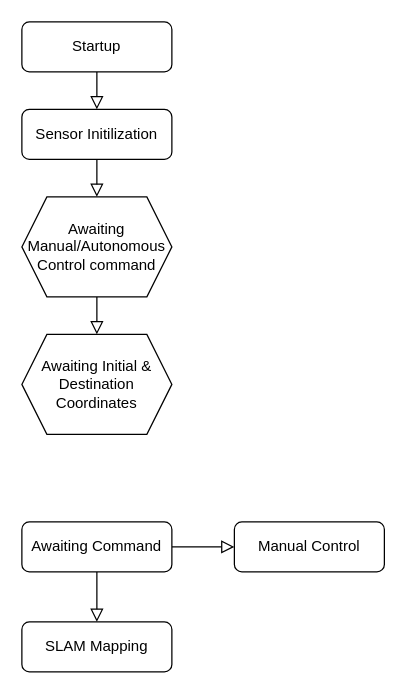
Before: Untitled Diagram.drawio in Gab1575/MREN203_Group9, a draw.io diagram. Source tidied: cells renumbered, new cells numbered last; positions are measured from the earlier drawing's top-left corner, leaving out a move shared by most shapes. Both pictures are drawn from the tidied source at 125%, with x=0, y=0 at pixel (21, 21).
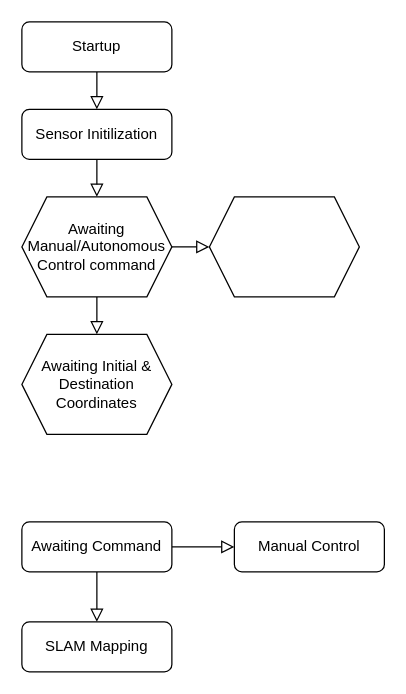
Above is the later version.

Change to the diagram source:
```diff
@@
 <mxGraphModel>
   <root>
     <mxCell id="0" />
     <mxCell id="1" parent="0" />
     <mxCell id="2" style="rounded=0;html=1;jettySize=auto;fontSize=11;endArrow=block;endFill=0;endSize=8;strokeWidth=1;shadow=0;labelBackgroundColor=none;edgeStyle=orthogonalEdgeStyle;entryX=0.5;entryY=0;entryDx=0;entryDy=0;" parent="1" edge="1" source="3" target="5">
       <mxGeometry relative="1" as="geometry" />
     </mxCell>
     <mxCell id="3" value="Startup" style="rounded=1;whiteSpace=wrap;html=1;fontSize=12;glass=0;strokeWidth=1;shadow=0;" parent="1" vertex="1">
       <mxGeometry width="120" height="40" as="geometry" />
     </mxCell>
     <mxCell id="4" style="edgeStyle=orthogonalEdgeStyle;rounded=0;jettySize=auto;html=1;endArrow=block;endFill=0;endSize=8;entryX=0.5;entryY=0;entryDx=0;entryDy=0;" parent="1" edge="1" source="5" target="13">
       <mxGeometry relative="1" as="geometry" />
     </mxCell>
     <mxCell id="5" value="Sensor Initilization" style="rounded=1;whiteSpace=wrap;html=1;fontSize=12;glass=0;strokeWidth=1;shadow=0;" parent="1" vertex="1">
       <mxGeometry y="70" width="120" height="40" as="geometry" />
     </mxCell>
     <mxCell id="6" style="edgeStyle=orthogonalEdgeStyle;rounded=0;jettySize=auto;html=1;exitX=1;exitY=0.5;exitDx=0;exitDy=0;entryX=0;entryY=0.5;entryDx=0;entryDy=0;endSize=8;endArrow=block;endFill=0;" parent="1" edge="1" source="8" target="9">
       <mxGeometry relative="1" as="geometry" />
     </mxCell>
     <mxCell id="7" style="edgeStyle=orthogonalEdgeStyle;rounded=0;jettySize=auto;html=1;exitX=0.5;exitY=1;exitDx=0;exitDy=0;entryX=0.5;entryY=0;entryDx=0;entryDy=0;endSize=8;endArrow=block;endFill=0;" parent="1" edge="1" source="8" target="10">
       <mxGeometry relative="1" as="geometry" />
     </mxCell>
     <mxCell id="8" value="Awaiting Command" style="rounded=1;whiteSpace=wrap;html=1;fontSize=12;glass=0;strokeWidth=1;shadow=0;" parent="1" vertex="1">
       <mxGeometry y="400" width="120" height="40" as="geometry" />
     </mxCell>
     <mxCell id="9" value="Manual Control" style="rounded=1;whiteSpace=wrap;html=1;fontSize=12;glass=0;strokeWidth=1;shadow=0;" parent="1" vertex="1">
       <mxGeometry x="170" y="400" width="120" height="40" as="geometry" />
     </mxCell>
     <mxCell id="10" value="SLAM Mapping" style="rounded=1;whiteSpace=wrap;html=1;fontSize=12;glass=0;strokeWidth=1;shadow=0;" parent="1" vertex="1">
       <mxGeometry y="480" width="120" height="40" as="geometry" />
     </mxCell>
     <mxCell id="11" value="Awaiting Initial &amp;amp; Destination Coordinates" style="shape=hexagon;perimeter=hexagonPerimeter2;whiteSpace=wrap;html=1;fixedSize=1;" parent="1" vertex="1">
       <mxGeometry y="250" width="120" height="80" as="geometry" />
     </mxCell>
     <mxCell id="12" style="edgeStyle=orthogonalEdgeStyle;rounded=0;jettySize=auto;html=1;exitX=0.5;exitY=1;exitDx=0;exitDy=0;entryX=0.5;entryY=0;entryDx=0;entryDy=0;endSize=8;endArrow=block;endFill=0;" parent="1" edge="1" source="13" target="11">
       <mxGeometry relative="1" as="geometry" />
     </mxCell>
+    <mxCell id="14" style="edgeStyle=orthogonalEdgeStyle;rounded=0;jettySize=auto;html=1;entryX=0;entryY=0.5;entryDx=0;entryDy=0;endArrow=block;endFill=0;jumpSize=8;endSize=8;" parent="1" edge="1" source="13" target="15">
+      <mxGeometry relative="1" as="geometry" />
+    </mxCell>
     <mxCell id="13" value="Awaiting Manual/Autonomous Control command" style="shape=hexagon;perimeter=hexagonPerimeter2;whiteSpace=wrap;html=1;fixedSize=1;" parent="1" vertex="1">
       <mxGeometry y="140" width="120" height="80" as="geometry" />
     </mxCell>
+    <mxCell id="15" style="shape=hexagon;perimeter=hexagonPerimeter2;whiteSpace=wrap;html=1;fixedSize=1;" parent="1" vertex="1">
+      <mxGeometry x="150" y="140" width="120" height="80" as="geometry" />
+    </mxCell>
   </root>
 </mxGraphModel>
```
